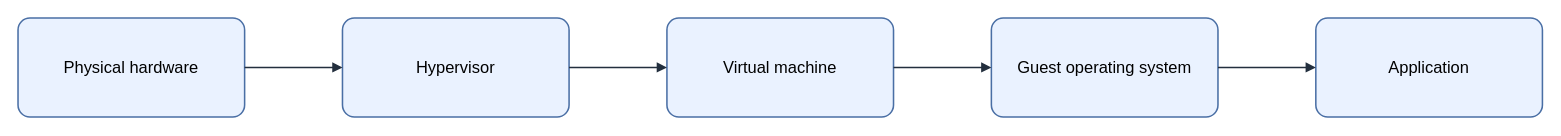
KKamJi98/kkamji98.github.io keeps this draw.io diagram as assets/img/virtualization/virtualization-model.drawio. Above is the earlier version. Source tidied: cells renumbered, new cells numbered last; positions are measured from the earlier drawing's top-left corner, leaving out a move shared by most shapes. Both pictures are drawn from the tidied source at 103%, with x=0, y=0 at pixel (18, 18).
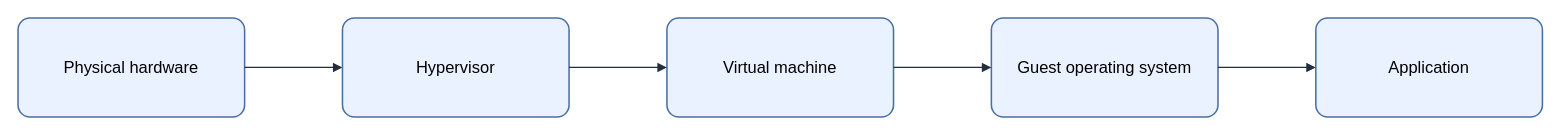
Above is the later version.

What changed in the source:
```diff
@@
 <mxGraphModel background="#FFFFFF">
   <root>
     <mxCell id="0" />
     <mxCell id="1" parent="0" />
-    <mxCell id="2" value="&lt;font style=&quot;color: rgb(0, 0, 0);&quot;&gt;Physical hardware&lt;/font&gt;" style="rounded=1;arcSize=12;whiteSpace=wrap;html=1;fillColor=#EAF2FF;strokeColor=#4A6FA5;strokeWidth=1.5;fontColor=#000000;fontSize=16;align=center;verticalAlign=middle;spacing=8;shadow=0;" parent="1" vertex="1">
+    <mxCell id="2" value="Physical hardware" style="rounded=1;arcSize=12;whiteSpace=wrap;html=0;fillColor=#EAF2FF;strokeColor=#4A6FA5;strokeWidth=1.5;fontColor=#000000;fontSize=16;align=center;verticalAlign=middle;spacing=8;shadow=0;" parent="1" vertex="1">
       <mxGeometry width="220" height="96" as="geometry" />
     </mxCell>
-    <mxCell id="3" value="&lt;font style=&quot;color: rgb(0, 0, 0);&quot;&gt;Hypervisor&lt;/font&gt;" style="rounded=1;arcSize=12;whiteSpace=wrap;html=1;fillColor=#EAF2FF;strokeColor=#4A6FA5;strokeWidth=1.5;fontColor=#000000;fontSize=16;align=center;verticalAlign=middle;spacing=8;shadow=0;" parent="1" vertex="1">
+    <mxCell id="3" value="Hypervisor" style="rounded=1;arcSize=12;whiteSpace=wrap;html=0;fillColor=#EAF2FF;strokeColor=#4A6FA5;strokeWidth=1.5;fontColor=#000000;fontSize=16;align=center;verticalAlign=middle;spacing=8;shadow=0;" parent="1" vertex="1">
       <mxGeometry x="315" width="220" height="96" as="geometry" />
     </mxCell>
-    <mxCell id="4" value="&lt;font style=&quot;color: rgb(0, 0, 0);&quot;&gt;Virtual machine&lt;/font&gt;" style="rounded=1;arcSize=12;whiteSpace=wrap;html=1;fillColor=#EAF2FF;strokeColor=#4A6FA5;strokeWidth=1.5;fontColor=#000000;fontSize=16;align=center;verticalAlign=middle;spacing=8;shadow=0;" parent="1" vertex="1">
+    <mxCell id="4" value="Virtual machine" style="rounded=1;arcSize=12;whiteSpace=wrap;html=0;fillColor=#EAF2FF;strokeColor=#4A6FA5;strokeWidth=1.5;fontColor=#000000;fontSize=16;align=center;verticalAlign=middle;spacing=8;shadow=0;" parent="1" vertex="1">
       <mxGeometry x="630" width="220" height="96" as="geometry" />
     </mxCell>
-    <mxCell id="5" value="&lt;font style=&quot;color: rgb(0, 0, 0);&quot;&gt;Guest operating system&lt;/font&gt;" style="rounded=1;arcSize=12;whiteSpace=wrap;html=1;fillColor=#EAF2FF;strokeColor=#4A6FA5;strokeWidth=1.5;fontColor=#000000;fontSize=16;align=center;verticalAlign=middle;spacing=8;shadow=0;" parent="1" vertex="1">
+    <mxCell id="5" value="Guest operating system" style="rounded=1;arcSize=12;whiteSpace=wrap;html=0;fillColor=#EAF2FF;strokeColor=#4A6FA5;strokeWidth=1.5;fontColor=#000000;fontSize=16;align=center;verticalAlign=middle;spacing=8;shadow=0;" parent="1" vertex="1">
       <mxGeometry x="945" width="220" height="96" as="geometry" />
     </mxCell>
-    <mxCell id="6" value="&lt;font style=&quot;color: rgb(0, 0, 0);&quot;&gt;Application&lt;/font&gt;" style="rounded=1;arcSize=12;whiteSpace=wrap;html=1;fillColor=#EAF2FF;strokeColor=#4A6FA5;strokeWidth=1.5;fontColor=#000000;fontSize=16;align=center;verticalAlign=middle;spacing=8;shadow=0;" parent="1" vertex="1">
+    <mxCell id="6" value="Application" style="rounded=1;arcSize=12;whiteSpace=wrap;html=0;fillColor=#EAF2FF;strokeColor=#4A6FA5;strokeWidth=1.5;fontColor=#000000;fontSize=16;align=center;verticalAlign=middle;spacing=8;shadow=0;" parent="1" vertex="1">
       <mxGeometry x="1260" width="220" height="96" as="geometry" />
     </mxCell>
-    <mxCell id="7" style="edgeStyle=orthogonalEdgeStyle;rounded=0;jettySize=auto;html=1;endArrow=block;endFill=1;strokeColor=#232F3E;strokeWidth=1.5;fontColor=#000000;labelBackgroundColor=none;exitX=1;exitY=0.5;exitDx=0;exitDy=0;entryX=0;entryY=0.5;entryDx=0;entryDy=0;" parent="1" edge="1" source="2" target="3">
+    <mxCell id="7" style="edgeStyle=orthogonalEdgeStyle;rounded=0;jettySize=auto;html=0;endArrow=block;endFill=1;strokeColor=#232F3E;strokeWidth=1.25;fontColor=#000000;labelBackgroundColor=none;exitX=1;exitY=0.5;exitDx=0;exitDy=0;entryX=0;entryY=0.5;entryDx=0;entryDy=0;" parent="1" edge="1" source="2" target="3">
       <mxGeometry relative="1" as="geometry" />
     </mxCell>
-    <mxCell id="8" style="edgeStyle=orthogonalEdgeStyle;rounded=0;jettySize=auto;html=1;endArrow=block;endFill=1;strokeColor=#232F3E;strokeWidth=1.5;fontColor=#000000;labelBackgroundColor=none;exitX=1;exitY=0.5;exitDx=0;exitDy=0;entryX=0;entryY=0.5;entryDx=0;entryDy=0;" parent="1" edge="1" source="3" target="4">
+    <mxCell id="8" style="edgeStyle=orthogonalEdgeStyle;rounded=0;jettySize=auto;html=0;endArrow=block;endFill=1;strokeColor=#232F3E;strokeWidth=1.25;fontColor=#000000;labelBackgroundColor=none;exitX=1;exitY=0.5;exitDx=0;exitDy=0;entryX=0;entryY=0.5;entryDx=0;entryDy=0;" parent="1" edge="1" source="3" target="4">
       <mxGeometry relative="1" as="geometry" />
     </mxCell>
-    <mxCell id="9" style="edgeStyle=orthogonalEdgeStyle;rounded=0;jettySize=auto;html=1;endArrow=block;endFill=1;strokeColor=#232F3E;strokeWidth=1.5;fontColor=#000000;labelBackgroundColor=none;exitX=1;exitY=0.5;exitDx=0;exitDy=0;entryX=0;entryY=0.5;entryDx=0;entryDy=0;" parent="1" edge="1" source="4" target="5">
+    <mxCell id="9" style="edgeStyle=orthogonalEdgeStyle;rounded=0;jettySize=auto;html=0;endArrow=block;endFill=1;strokeColor=#232F3E;strokeWidth=1.25;fontColor=#000000;labelBackgroundColor=none;exitX=1;exitY=0.5;exitDx=0;exitDy=0;entryX=0;entryY=0.5;entryDx=0;entryDy=0;" parent="1" edge="1" source="4" target="5">
       <mxGeometry relative="1" as="geometry" />
     </mxCell>
-    <mxCell id="10" style="edgeStyle=orthogonalEdgeStyle;rounded=0;jettySize=auto;html=1;endArrow=block;endFill=1;strokeColor=#232F3E;strokeWidth=1.5;fontColor=#000000;labelBackgroundColor=none;exitX=1;exitY=0.5;exitDx=0;exitDy=0;entryX=0;entryY=0.5;entryDx=0;entryDy=0;" parent="1" edge="1" source="5" target="6">
+    <mxCell id="10" style="edgeStyle=orthogonalEdgeStyle;rounded=0;jettySize=auto;html=0;endArrow=block;endFill=1;strokeColor=#232F3E;strokeWidth=1.25;fontColor=#000000;labelBackgroundColor=none;exitX=1;exitY=0.5;exitDx=0;exitDy=0;entryX=0;entryY=0.5;entryDx=0;entryDy=0;" parent="1" edge="1" source="5" target="6">
       <mxGeometry relative="1" as="geometry" />
     </mxCell>
   </root>
 </mxGraphModel>
```
